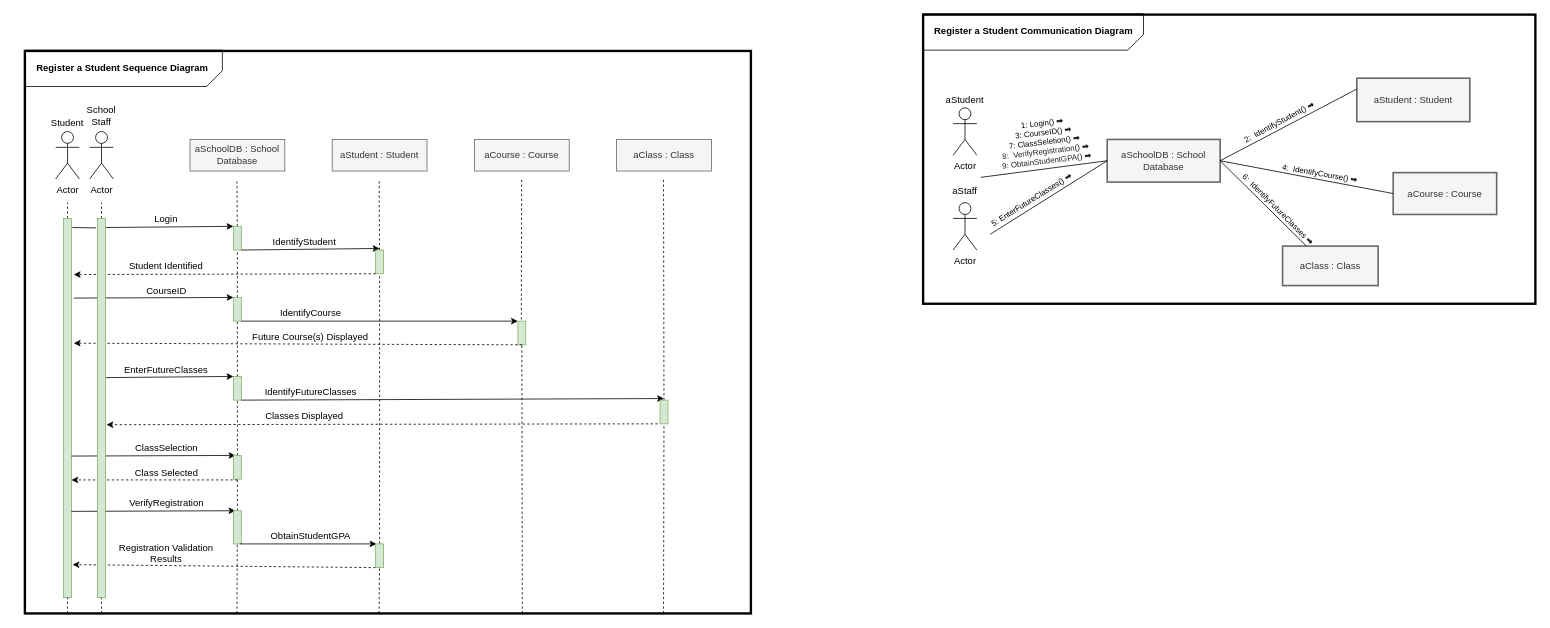
Before: 6-1-Project.drawio in kincaidtk901/Workspace, a draw.io diagram. Source tidied: cells renumbered, new cells numbered last; positions are measured from the earlier drawing's top-left corner, leaving out a move shared by most shapes. Both pictures are drawn from the tidied source at 79%, with x=0, y=0 at pixel (13, 13).
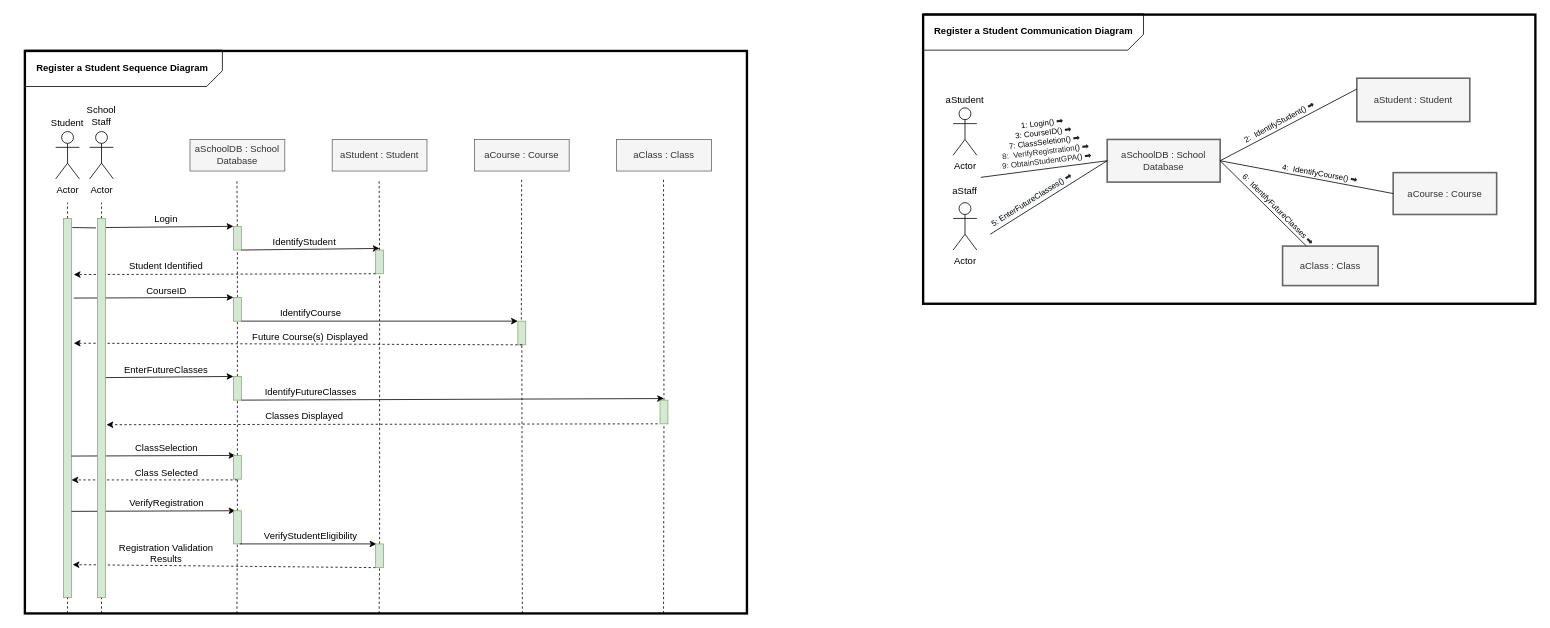
The same page after the edit.

The edit, as a diff of the source:
```diff
@@
     <mxCell id="64" style="rounded=0;whiteSpace=wrap;html=1;fillColor=none;strokeWidth=3;" parent="1" vertex="1">
-      <mxGeometry x="14" y="47" width="919" height="712" as="geometry" />
+      <mxGeometry x="14" y="47" width="914" height="712" as="geometry" />
     </mxCell>
@@
-    <mxCell id="91" value="ObtainStudentGPA" style="text;html=1;strokeColor=none;fillColor=none;align=center;verticalAlign=middle;whiteSpace=wrap;rounded=0;" parent="1" vertex="1">
+    <mxCell id="91" value="VerifyStudentEligibility" style="text;html=1;strokeColor=none;fillColor=none;align=center;verticalAlign=middle;whiteSpace=wrap;rounded=0;" parent="1" vertex="1">
       <mxGeometry x="310.5" y="651" width="130" height="20" as="geometry" />
     </mxCell>
```
